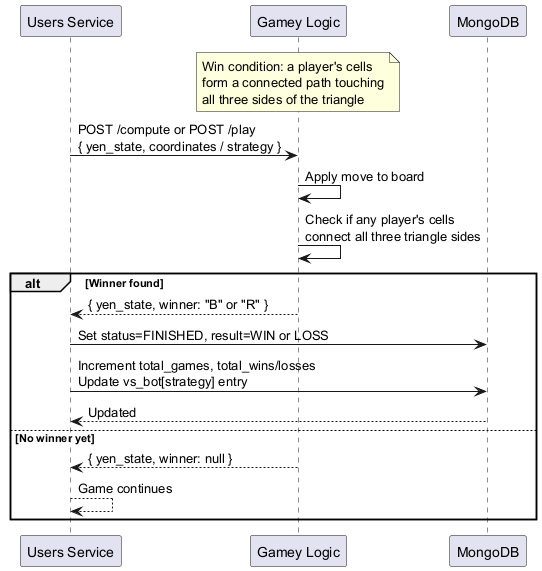
Arquisoft/yovi_en1b keeps this PlantUML diagram as images/win-detection-sequence.png. Above is the earlier version.
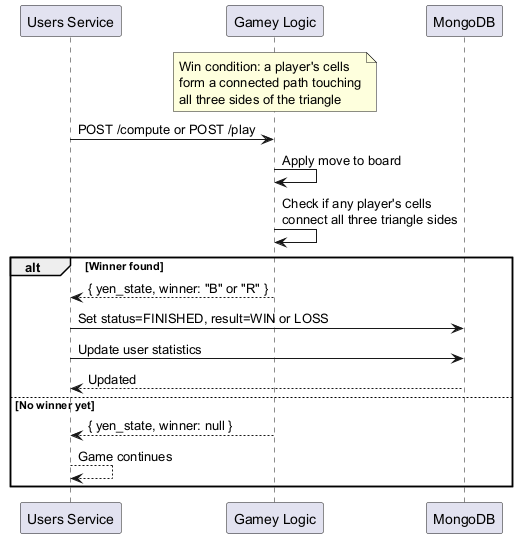
After the commit.

The edit, as a diff of the source:
```diff
@@ -5,13 +5,14 @@
 
 note over GAMEY: Win condition: a player's cells\nform a connected path touching\nall three sides of the triangle
 
-USERS -> GAMEY: POST /compute or POST /play\n{ yen_state, coordinates / strategy }
+USERS -> GAMEY: POST /compute or POST /play
 GAMEY -> GAMEY: Apply move to board
 GAMEY -> GAMEY: Check if any player's cells\nconnect all three triangle sides
+
 alt Winner found
     GAMEY --> USERS: { yen_state, winner: "B" or "R" }
     USERS -> DB: Set status=FINISHED, result=WIN or LOSS
-    USERS -> DB: Increment total_games, total_wins/losses\nUpdate vs_bot[strategy] entry
+    USERS -> DB: Update user statistics
     DB --> USERS: Updated
 else No winner yet
     GAMEY --> USERS: { yen_state, winner: null }
```
